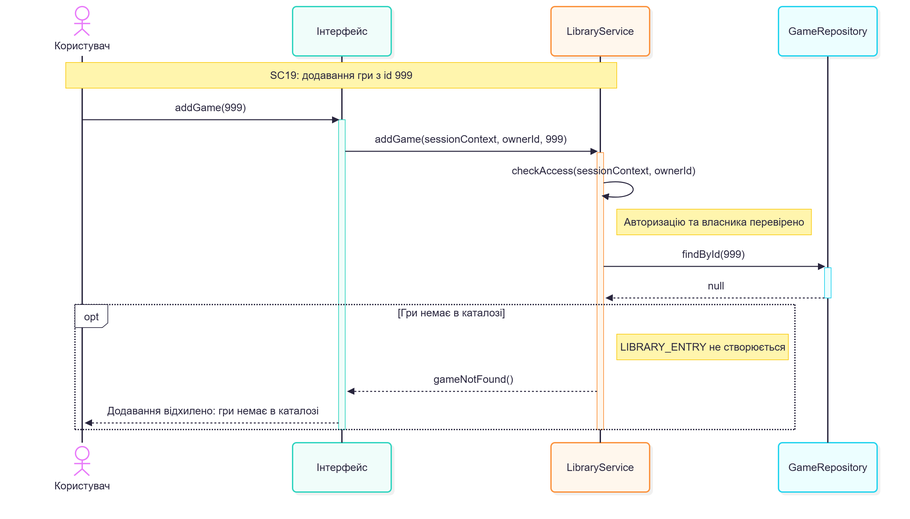
Above: Lab3/sc19-game-not-found.png in Bbg0kif/KPI (Mermaid), before the change. Its source is kept beside it as Lab3/sc19-game-not-found.mmd. Its diagram source:
```mermaid
sequenceDiagram
    actor User as Користувач
    participant UI as Інтерфейс
    participant LS as LibraryService
    participant GR as GameRepository

    Note over User,LS: SC19: додавання гри з id 999

    User->>UI: addGame(999)
    activate UI
    UI->>LS: addGame(sessionContext, ownerId, 999)
    activate LS

    LS->>LS: checkAccess(sessionContext, ownerId)
    Note right of LS: Авторизацію та власника перевірено

    LS->>GR: findById(999)
    activate GR
    GR-->>LS: null
    deactivate GR

    opt Гри немає в каталозі
        Note right of LS: LIBRARY_ENTRY не створюється
        LS-->>UI: gameNotFound()
        UI-->>User: Додавання відхилено: гри немає в каталозі
    end

    deactivate LS
    deactivate UI
```
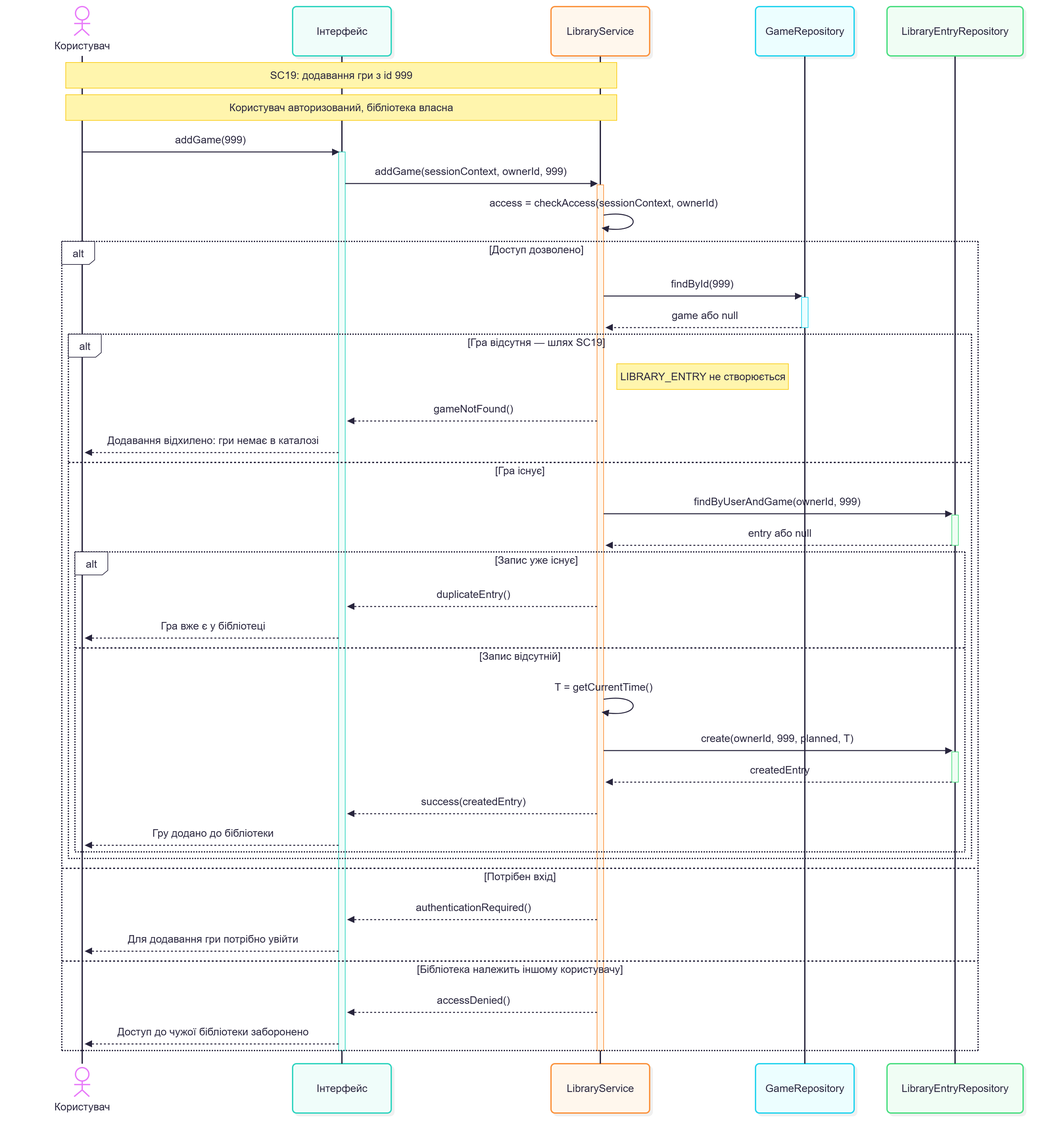
The same file after the commit.

Commit message:
replace optional fragment with alternatives in SC19

The edit, as a diff of the source:
```diff
@@ -3,26 +3,57 @@
     participant UI as Інтерфейс
     participant LS as LibraryService
     participant GR as GameRepository
+    participant LR as LibraryEntryRepository
 
     Note over User,LS: SC19: додавання гри з id 999
+    Note over User,LS: Користувач авторизований, бібліотека власна
 
     User->>UI: addGame(999)
     activate UI
     UI->>LS: addGame(sessionContext, ownerId, 999)
     activate LS
 
-    LS->>LS: checkAccess(sessionContext, ownerId)
-    Note right of LS: Авторизацію та власника перевірено
+    LS->>LS: access = checkAccess(sessionContext, ownerId)
 
-    LS->>GR: findById(999)
-    activate GR
-    GR-->>LS: null
-    deactivate GR
+    alt Доступ дозволено
+        LS->>GR: findById(999)
+        activate GR
+        GR-->>LS: game або null
+        deactivate GR
 
-    opt Гри немає в каталозі
-        Note right of LS: LIBRARY_ENTRY не створюється
-        LS-->>UI: gameNotFound()
-        UI-->>User: Додавання відхилено: гри немає в каталозі
+        alt Гра відсутня — шлях SC19
+            Note right of LS: LIBRARY_ENTRY не створюється
+            LS-->>UI: gameNotFound()
+            UI-->>User: Додавання відхилено: гри немає в каталозі
+
+        else Гра існує
+            LS->>LR: findByUserAndGame(ownerId, 999)
+            activate LR
+            LR-->>LS: entry або null
+            deactivate LR
+
+            alt Запис уже існує
+                LS-->>UI: duplicateEntry()
+                UI-->>User: Гра вже є у бібліотеці
+
+            else Запис відсутній
+                LS->>LS: T = getCurrentTime()
+                LS->>LR: create(ownerId, 999, planned, T)
+                activate LR
+                LR-->>LS: createdEntry
+                deactivate LR
+                LS-->>UI: success(createdEntry)
+                UI-->>User: Гру додано до бібліотеки
+            end
+        end
+
+    else Потрібен вхід
+        LS-->>UI: authenticationRequired()
+        UI-->>User: Для додавання гри потрібно увійти
+
+    else Бібліотека належить іншому користувачу
+        LS-->>UI: accessDenied()
+        UI-->>User: Доступ до чужої бібліотеки заборонено
     end
 
     deactivate LS
```
